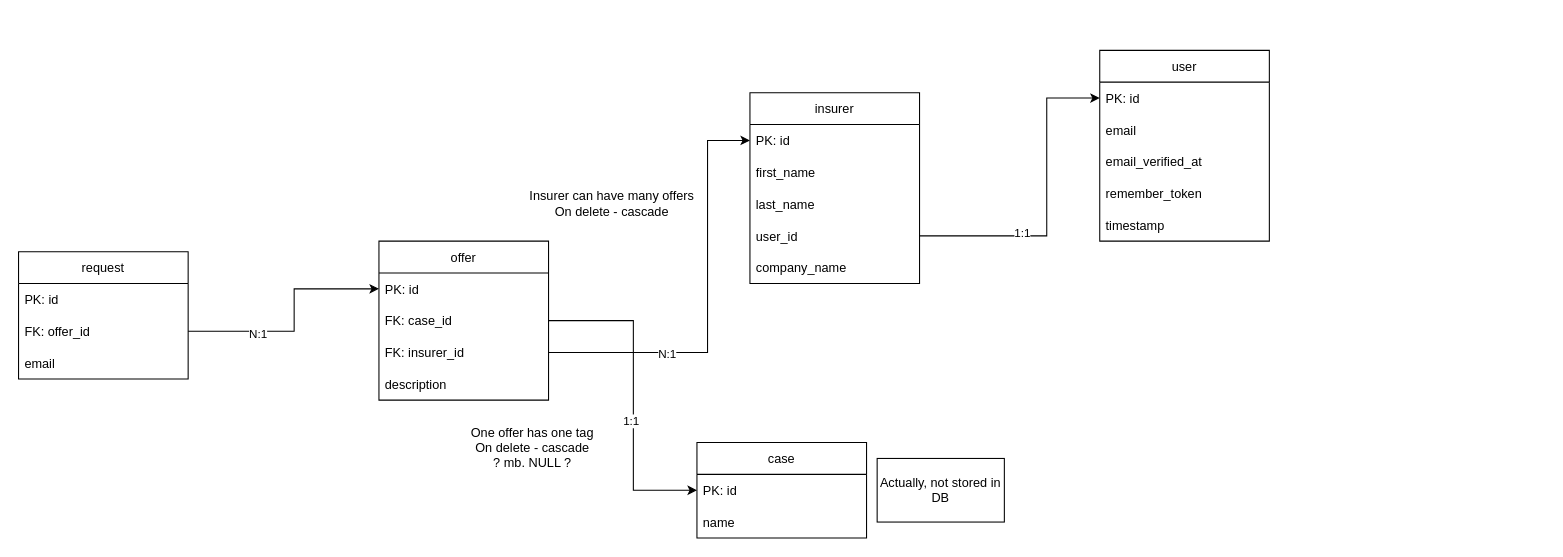
hophiphip/bruh keeps this draw.io diagram as docks/current.drawio. Above is the earlier version. Source tidied: cells renumbered, new cells numbered last; positions are measured from the earlier drawing's top-left corner, leaving out a move shared by most shapes. Both pictures are drawn from the tidied source at 106%, with x=0, y=0 at pixel (18, 50).
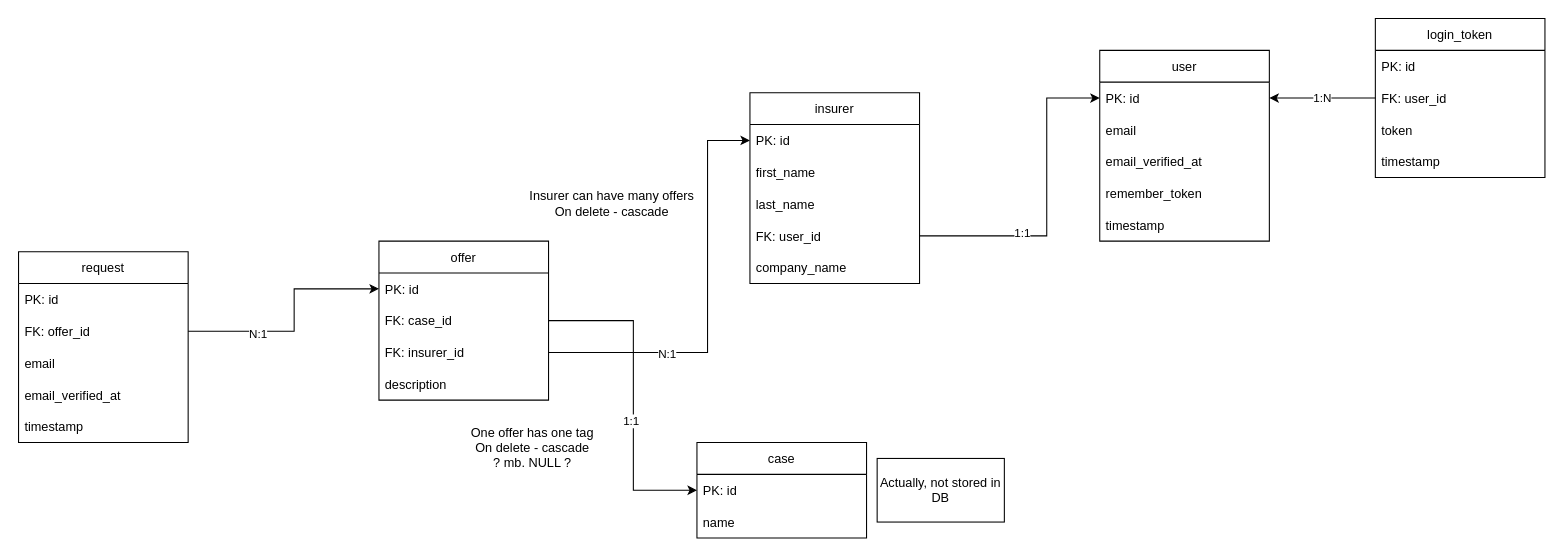
After the change.

The change refers to these unchanged cells:
```xml
<mxCell id="2" value="insurer" style="swimlane;fontStyle=0;horizontal=1;startSize=30;" parent="1" vertex="1">
  <mxGeometry x="690" y="40" width="160" height="180" as="geometry" />
</mxCell>
<mxCell id="24" value="PK: id" style="text;strokeColor=none;fillColor=none;align=left;verticalAlign=middle;spacingLeft=4;spacingRight=4;overflow=hidden;points=[[0,0.5],[1,0.5]];portConstraint=eastwest;" parent="23" vertex="1">
  <mxGeometry y="30" width="160" height="30" as="geometry" />
</mxCell>
```

Change to the diagram source:
```diff
@@
-    <mxCell id="6" value="user_id" style="text;strokeColor=none;fillColor=none;align=left;verticalAlign=middle;spacingLeft=4;spacingRight=4;overflow=hidden;points=[[0,0.5],[1,0.5]];portConstraint=eastwest;" parent="2" vertex="1">
+    <mxCell id="6" value="FK: user_id" style="text;strokeColor=none;fillColor=none;align=left;verticalAlign=middle;spacingLeft=4;spacingRight=4;overflow=hidden;points=[[0,0.5],[1,0.5]];portConstraint=eastwest;" parent="2" vertex="1">
       <mxGeometry y="120" width="160" height="30" as="geometry" />
     </mxCell>
@@
     <mxCell id="31" value="request" style="swimlane;fontStyle=0;horizontal=1;startSize=30;" parent="1" vertex="1">
-      <mxGeometry y="190" width="160" height="120" as="geometry" />
+      <mxGeometry y="190" width="160" height="180" as="geometry" />
     </mxCell>
@@
+    <mxCell id="37" value="email_verified_at" style="text;strokeColor=none;fillColor=none;align=left;verticalAlign=middle;spacingLeft=4;spacingRight=4;overflow=hidden;" parent="31" vertex="1">
+      <mxGeometry y="120" width="160" height="30" as="geometry" />
+    </mxCell>
+    <mxCell id="38" value="timestamp" style="text;strokeColor=none;fillColor=none;align=left;verticalAlign=middle;spacingLeft=4;spacingRight=4;overflow=hidden;" parent="31" vertex="1">
+      <mxGeometry y="150" width="160" height="30" as="geometry" />
+    </mxCell>
@@
+    <mxCell id="39" value="login_token" style="swimlane;fontStyle=0;horizontal=1;startSize=30;" parent="1" vertex="1">
+      <mxGeometry x="1280" y="-30" width="160" height="150" as="geometry" />
+    </mxCell>
+    <mxCell id="40" value="PK: id" style="text;strokeColor=none;fillColor=none;align=left;verticalAlign=middle;spacingLeft=4;spacingRight=4;overflow=hidden;" parent="39" vertex="1">
+      <mxGeometry y="30" width="160" height="30" as="geometry" />
+    </mxCell>
+    <mxCell id="41" value="FK: user_id" style="text;strokeColor=none;fillColor=none;align=left;verticalAlign=middle;spacingLeft=4;spacingRight=4;overflow=hidden;points=[[0,0.5],[1,0.5]];portConstraint=eastwest;" parent="39" vertex="1">
+      <mxGeometry y="60" width="160" height="30" as="geometry" />
+    </mxCell>
+    <mxCell id="42" value="token" style="text;strokeColor=none;fillColor=none;align=left;verticalAlign=middle;spacingLeft=4;spacingRight=4;overflow=hidden;" parent="39" vertex="1">
+      <mxGeometry y="90" width="160" height="30" as="geometry" />
+    </mxCell>
+    <mxCell id="43" value="timestamp" style="text;strokeColor=none;fillColor=none;align=left;verticalAlign=middle;spacingLeft=4;spacingRight=4;overflow=hidden;" parent="39" vertex="1">
+      <mxGeometry y="120" width="160" height="30" as="geometry" />
+    </mxCell>
+    <mxCell id="44" value="1:N" style="endArrow=classic;html=1;rounded=0;exitX=0;exitY=0.5;exitDx=0;exitDy=0;entryX=1;entryY=0.5;entryDx=0;entryDy=0;" parent="1" edge="1" source="41" target="24">
+      <mxGeometry relative="1" as="geometry" />
+    </mxCell>
```
